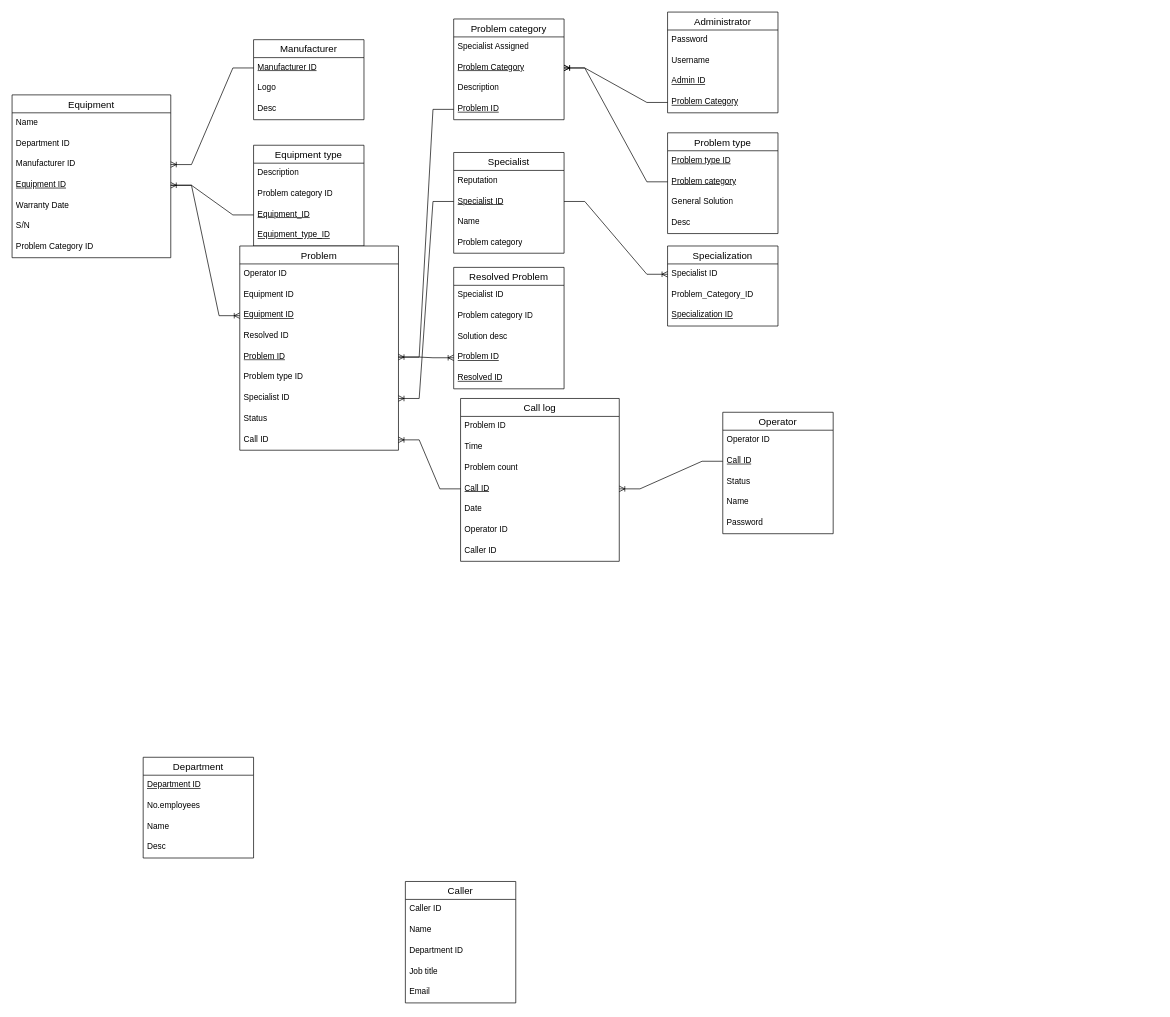
Before: Diagrama sem nome.drawio in VascoRuas/diagramas, a draw.io diagram. Source tidied: cells renumbered, new cells numbered last; positions are measured from the earlier drawing's top-left corner, leaving out a move shared by most shapes. Both pictures are drawn from the tidied source at 69%, with x=0, y=0 at pixel (12, 12).
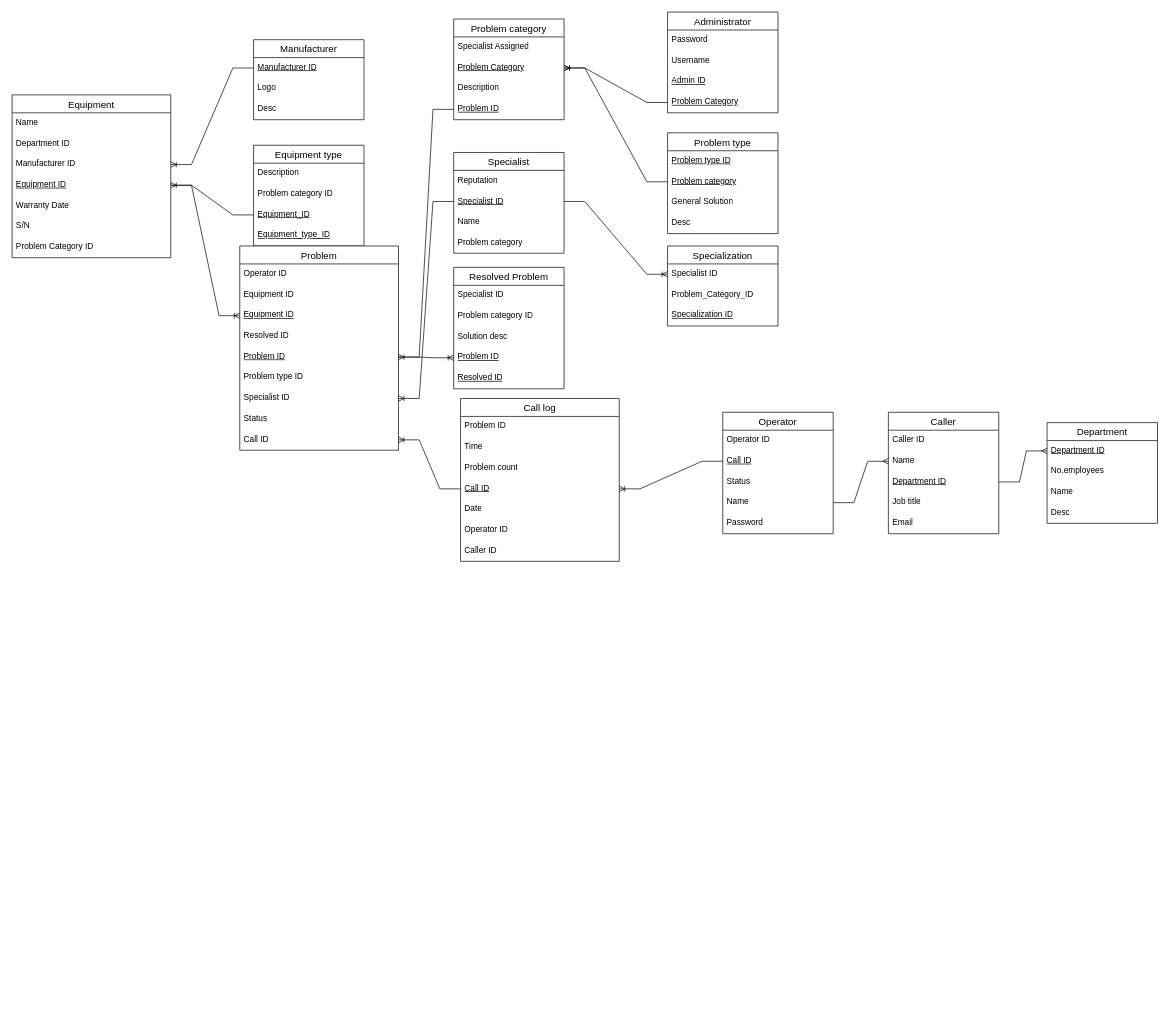
Above is the later version.

The change refers to these unchanged cells:
```xml
<mxCell id="48" value="Department ID" style="text;strokeColor=none;fillColor=none;spacingLeft=4;spacingRight=4;overflow=hidden;points=[[0,0.5],[1,0.5]];portConstraint=eastwest;fontSize=12;whiteSpace=wrap;html=1;fontStyle=4;" parent="47" vertex="1">
  <mxGeometry y="26" width="160" height="30" as="geometry" />
</mxCell>
<mxCell id="54" value="Name" style="text;strokeColor=none;fillColor=none;spacingLeft=4;spacingRight=4;overflow=hidden;points=[[0,0.5],[1,0.5]];portConstraint=eastwest;fontSize=12;whiteSpace=wrap;html=1;" parent="52" vertex="1">
  <mxGeometry y="56" width="160" height="30" as="geometry" />
</mxCell>
<mxCell id="62" value="Name" style="text;strokeColor=none;fillColor=none;spacingLeft=4;spacingRight=4;overflow=hidden;points=[[0,0.5],[1,0.5]];portConstraint=eastwest;fontSize=12;whiteSpace=wrap;html=1;" parent="58" vertex="1">
  <mxGeometry y="116" width="160" height="30" as="geometry" />
</mxCell>
```

What changed in the source:
```diff
@@
     <mxCell id="47" value="Department" style="swimlane;fontStyle=0;horizontal=1;startSize=26;align=center;fontSize=14;" parent="1" vertex="1">
-      <mxGeometry x="190" y="1080" width="160" height="146" as="geometry" />
+      <mxGeometry x="1500" y="595" width="160" height="146" as="geometry" />
     </mxCell>
@@
     <mxCell id="52" value="Caller" style="swimlane;fontStyle=0;horizontal=1;startSize=26;align=center;fontSize=14;" parent="1" vertex="1">
-      <mxGeometry x="570" y="1260" width="160" height="176" as="geometry" />
+      <mxGeometry x="1270" y="580" width="160" height="176" as="geometry" />
     </mxCell>
@@
-    <mxCell id="55" value="Department ID" style="text;strokeColor=none;fillColor=none;spacingLeft=4;spacingRight=4;overflow=hidden;points=[[0,0.5],[1,0.5]];portConstraint=eastwest;fontSize=12;whiteSpace=wrap;html=1;" parent="52" vertex="1">
+    <mxCell id="55" value="Department ID" style="text;strokeColor=none;fillColor=none;spacingLeft=4;spacingRight=4;overflow=hidden;points=[[0,0.5],[1,0.5]];portConstraint=eastwest;fontSize=12;whiteSpace=wrap;html=1;fontStyle=4;" parent="52" vertex="1">
       <mxGeometry y="86" width="160" height="30" as="geometry" />
     </mxCell>
@@
+    <mxCell id="95" style="edgeStyle=entityRelationEdgeStyle;fontSize=12;html=1;endArrow=ERmany;rounded=0;exitX=1;exitY=0.5;exitDx=0;exitDy=0;entryX=0;entryY=0.5;entryDx=0;entryDy=0;" parent="1" edge="1" source="62" target="54">
+      <mxGeometry relative="1" as="geometry" />
+    </mxCell>
+    <mxCell id="96" style="edgeStyle=entityRelationEdgeStyle;fontSize=12;html=1;endArrow=ERmany;rounded=0;exitX=1;exitY=0.5;exitDx=0;exitDy=0;entryX=0;entryY=0.5;entryDx=0;entryDy=0;" parent="1" edge="1" source="55" target="48">
+      <mxGeometry relative="1" as="geometry" />
+    </mxCell>
```
